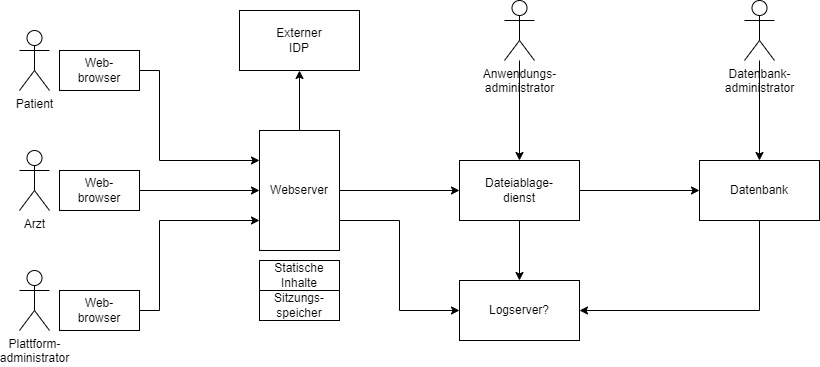
Before: documents/Architekturüberblick/Architekturüberblick.png, a diagram exported from draw.io (DavidFambach/Abgabe-ASE-Patientenakte). Source tidied: cells renumbered, new cells last; positions are measured from the earlier drawing's top-left corner, leaving out a move shared by most shapes.
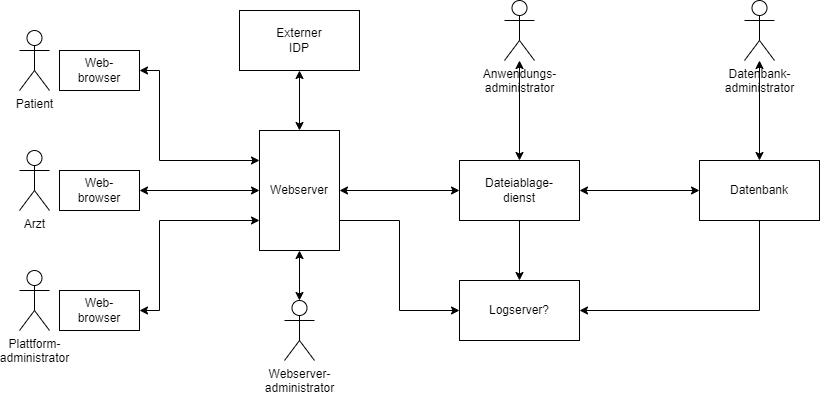
Above is the later version.

Change to the diagram source:
```diff
@@ -11,7 +11,7 @@
     <mxCell id="4" value="&lt;div&gt;Plattform-&lt;/div&gt;&lt;div&gt;administrator&lt;/div&gt;" style="shape=umlActor;verticalLabelPosition=bottom;verticalAlign=top;html=1;" parent="1" vertex="1">
       <mxGeometry y="270" width="30" height="60" as="geometry" />
     </mxCell>
-    <mxCell id="5" style="edgeStyle=orthogonalEdgeStyle;rounded=0;jettySize=auto;html=1;exitX=1;exitY=0.5;exitDx=0;exitDy=0;entryX=0;entryY=0.25;entryDx=0;entryDy=0;" parent="1" edge="1" source="6" target="14">
+    <mxCell id="5" style="edgeStyle=orthogonalEdgeStyle;rounded=0;jettySize=auto;html=1;exitX=1;exitY=0.5;exitDx=0;exitDy=0;entryX=0;entryY=0.25;entryDx=0;entryDy=0;startArrow=classic;startFill=1;" parent="1" edge="1" source="6" target="14">
       <mxGeometry relative="1" as="geometry">
         <Array as="points">
           <mxPoint x="140" y="70" />
@@ -22,13 +22,13 @@
     <mxCell id="6" value="&lt;div&gt;Web-&lt;/div&gt;&lt;div&gt;browser&lt;br&gt;&lt;/div&gt;" style="rounded=0;whiteSpace=wrap;html=1;" parent="1" vertex="1">
       <mxGeometry x="40" y="50" width="80" height="40" as="geometry" />
     </mxCell>
-    <mxCell id="7" style="edgeStyle=orthogonalEdgeStyle;rounded=0;jettySize=auto;html=1;exitX=1;exitY=0.5;exitDx=0;exitDy=0;" parent="1" edge="1" source="8" target="14">
+    <mxCell id="7" style="edgeStyle=orthogonalEdgeStyle;rounded=0;jettySize=auto;html=1;exitX=1;exitY=0.5;exitDx=0;exitDy=0;startArrow=classic;startFill=1;" parent="1" edge="1" source="8" target="14">
       <mxGeometry relative="1" as="geometry" />
     </mxCell>
     <mxCell id="8" value="&lt;div&gt;Web-&lt;/div&gt;&lt;div&gt;browser&lt;br&gt;&lt;/div&gt;" style="rounded=0;whiteSpace=wrap;html=1;" parent="1" vertex="1">
       <mxGeometry x="40" y="170" width="80" height="40" as="geometry" />
     </mxCell>
-    <mxCell id="9" style="edgeStyle=orthogonalEdgeStyle;rounded=0;jettySize=auto;html=1;exitX=1;exitY=0.5;exitDx=0;exitDy=0;entryX=0;entryY=0.75;entryDx=0;entryDy=0;" parent="1" edge="1" source="10" target="14">
+    <mxCell id="9" style="edgeStyle=orthogonalEdgeStyle;rounded=0;jettySize=auto;html=1;exitX=1;exitY=0.5;exitDx=0;exitDy=0;entryX=0;entryY=0.75;entryDx=0;entryDy=0;startArrow=classic;startFill=1;" parent="1" edge="1" source="10" target="14">
       <mxGeometry relative="1" as="geometry">
         <Array as="points">
           <mxPoint x="140" y="310" />
@@ -39,13 +39,13 @@
     <mxCell id="10" value="&lt;div&gt;Web-&lt;/div&gt;&lt;div&gt;browser&lt;br&gt;&lt;/div&gt;" style="rounded=0;whiteSpace=wrap;html=1;" parent="1" vertex="1">
       <mxGeometry x="40" y="290" width="80" height="40" as="geometry" />
     </mxCell>
-    <mxCell id="11" style="edgeStyle=orthogonalEdgeStyle;rounded=0;jettySize=auto;html=1;exitX=1;exitY=0.5;exitDx=0;exitDy=0;" parent="1" edge="1" source="14" target="18">
+    <mxCell id="11" style="edgeStyle=orthogonalEdgeStyle;rounded=0;jettySize=auto;html=1;exitX=1;exitY=0.5;exitDx=0;exitDy=0;startArrow=classic;startFill=1;" parent="1" edge="1" source="14" target="18">
       <mxGeometry relative="1" as="geometry" />
     </mxCell>
     <mxCell id="12" style="edgeStyle=orthogonalEdgeStyle;rounded=0;jettySize=auto;html=1;exitX=1;exitY=0.75;exitDx=0;exitDy=0;entryX=0;entryY=0.5;entryDx=0;entryDy=0;" parent="1" edge="1" source="14" target="21">
       <mxGeometry relative="1" as="geometry" />
     </mxCell>
-    <mxCell id="13" style="edgeStyle=orthogonalEdgeStyle;rounded=0;jettySize=auto;html=1;exitX=0.5;exitY=0;exitDx=0;exitDy=0;" parent="1" edge="1" source="14" target="15">
+    <mxCell id="13" style="edgeStyle=orthogonalEdgeStyle;rounded=0;jettySize=auto;html=1;exitX=0.5;exitY=0;exitDx=0;exitDy=0;startArrow=classic;startFill=1;" parent="1" edge="1" source="14" target="15">
       <mxGeometry relative="1" as="geometry" />
     </mxCell>
     <mxCell id="14" value="&lt;div&gt;Webserver&lt;/div&gt;" style="rounded=0;whiteSpace=wrap;html=1;" parent="1" vertex="1">
@@ -54,7 +54,7 @@
     <mxCell id="15" value="&lt;div&gt;Externer&lt;/div&gt;&lt;div&gt;IDP&lt;br&gt;&lt;/div&gt;" style="rounded=0;whiteSpace=wrap;html=1;" parent="1" vertex="1">
       <mxGeometry x="220" y="10" width="120" height="60" as="geometry" />
     </mxCell>
-    <mxCell id="16" style="edgeStyle=orthogonalEdgeStyle;rounded=0;jettySize=auto;html=1;exitX=1;exitY=0.5;exitDx=0;exitDy=0;" parent="1" edge="1" source="18" target="20">
+    <mxCell id="16" style="edgeStyle=orthogonalEdgeStyle;rounded=0;jettySize=auto;html=1;exitX=1;exitY=0.5;exitDx=0;exitDy=0;startArrow=classic;startFill=1;" parent="1" edge="1" source="18" target="20">
       <mxGeometry relative="1" as="geometry" />
     </mxCell>
     <mxCell id="17" style="edgeStyle=orthogonalEdgeStyle;rounded=0;jettySize=auto;html=1;exitX=0.5;exitY=1;exitDx=0;exitDy=0;entryX=0.5;entryY=0;entryDx=0;entryDy=0;" parent="1" edge="1" source="18" target="21">
@@ -72,23 +72,23 @@
     <mxCell id="21" value="Logserver?" style="rounded=0;whiteSpace=wrap;html=1;" parent="1" vertex="1">
       <mxGeometry x="440" y="280" width="120" height="60" as="geometry" />
     </mxCell>
-    <mxCell id="22" value="Statische Inhalte" style="rounded=0;whiteSpace=wrap;html=1;" parent="1" vertex="1">
-      <mxGeometry x="240" y="260" width="80" height="30" as="geometry" />
-    </mxCell>
-    <mxCell id="23" value="&lt;div&gt;Sitzungs-&lt;/div&gt;&lt;div&gt;speicher&lt;br&gt;&lt;/div&gt;" style="rounded=0;whiteSpace=wrap;html=1;" parent="1" vertex="1">
-      <mxGeometry x="240" y="290" width="80" height="30" as="geometry" />
-    </mxCell>
-    <mxCell id="24" style="edgeStyle=orthogonalEdgeStyle;rounded=0;jettySize=auto;html=1;" parent="1" edge="1" source="25" target="18">
+    <mxCell id="24" style="edgeStyle=orthogonalEdgeStyle;rounded=0;jettySize=auto;html=1;startArrow=classic;startFill=1;" parent="1" edge="1" source="25" target="18">
       <mxGeometry relative="1" as="geometry" />
     </mxCell>
     <mxCell id="25" value="&lt;div&gt;Anwendungs-&lt;/div&gt;&lt;div&gt;administrator&lt;/div&gt;" style="shape=umlActor;verticalLabelPosition=bottom;verticalAlign=top;html=1;outlineConnect=0;" parent="1" vertex="1">
       <mxGeometry x="485" width="30" height="60" as="geometry" />
     </mxCell>
-    <mxCell id="26" style="edgeStyle=orthogonalEdgeStyle;rounded=0;jettySize=auto;html=1;" parent="1" edge="1" source="27" target="20">
+    <mxCell id="26" style="edgeStyle=orthogonalEdgeStyle;rounded=0;jettySize=auto;html=1;startArrow=classic;startFill=1;" parent="1" edge="1" source="27" target="20">
       <mxGeometry relative="1" as="geometry" />
     </mxCell>
     <mxCell id="27" value="&lt;div&gt;Datenbank-&lt;/div&gt;&lt;div&gt;administrator&lt;/div&gt;" style="shape=umlActor;verticalLabelPosition=bottom;verticalAlign=top;html=1;outlineConnect=0;" parent="1" vertex="1">
       <mxGeometry x="725" width="30" height="60" as="geometry" />
     </mxCell>
+    <mxCell id="28" style="edgeStyle=orthogonalEdgeStyle;rounded=0;jettySize=auto;html=1;startArrow=classic;startFill=1;" parent="1" edge="1" source="29" target="14">
+      <mxGeometry relative="1" as="geometry" />
+    </mxCell>
+    <mxCell id="29" value="&lt;div&gt;Webserver-&lt;/div&gt;&lt;div&gt;administrator&lt;/div&gt;" style="shape=umlActor;verticalLabelPosition=bottom;verticalAlign=top;html=1;outlineConnect=0;" parent="1" vertex="1">
+      <mxGeometry x="265" y="300" width="30" height="60" as="geometry" />
+    </mxCell>
   </root>
 </mxGraphModel>
```
